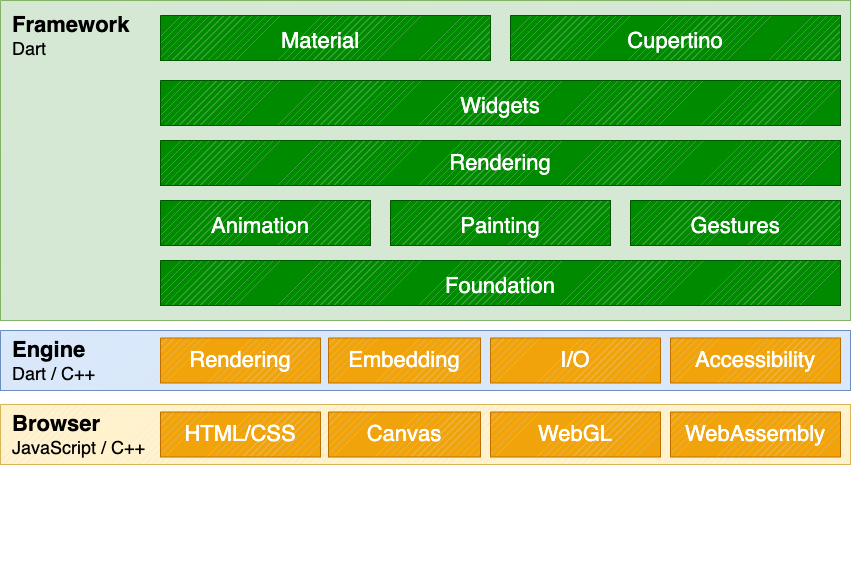
This is src/content/assets/images/docs/arch-overview/web-framework-diagram.drawio.png from flutter/website, a draw.io export, as it was before one commit. Source tidied: cells renumbered, new cells last; positions are measured from the earlier drawing's top-left corner, leaving out a move shared by most shapes.
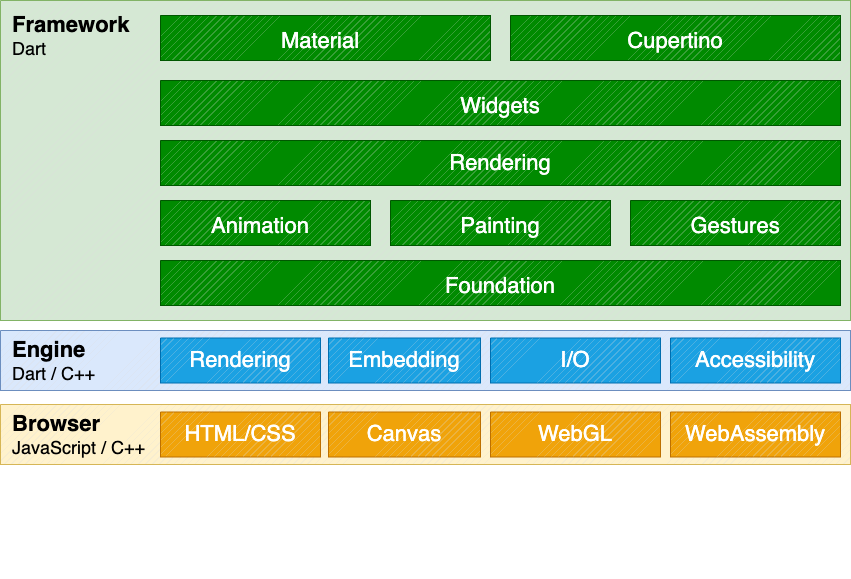
The same file after the commit.

Commit message:
Fixing the colors of the blue boxes

The edit, as a diff of the source:
```diff
@@ -98,16 +98,16 @@
     <mxCell id="32" value="&lt;font style=&quot;font-size: 22px;&quot;&gt;&lt;b&gt;Engine&lt;/b&gt;&lt;/font&gt;&lt;div&gt;&lt;font style=&quot;font-size: 18px;&quot;&gt;Dart / C++&lt;/font&gt;&lt;/div&gt;" style="text;html=1;align=left;verticalAlign=middle;whiteSpace=wrap;rounded=0;" parent="1" vertex="1">
       <mxGeometry x="10" y="345" width="150" height="30" as="geometry" />
     </mxCell>
-    <mxCell id="33" style="verticalLabelPosition=bottom;verticalAlign=top;html=1;shape=mxgraph.basic.patternFillRect;fillStyle=diag;step=5;fillStrokeWidth=0.2;fillStrokeColor=#dddddd;fillColor=#f0a30a;fontColor=#000000;strokeColor=#BD7000;" parent="1" vertex="1">
+    <mxCell id="33" style="verticalLabelPosition=bottom;verticalAlign=top;html=1;shape=mxgraph.basic.patternFillRect;fillStyle=diag;step=5;fillStrokeWidth=0.2;fillStrokeColor=#dddddd;fillColor=#1ba1e2;fontColor=#ffffff;strokeColor=#006EAF;" parent="1" vertex="1">
       <mxGeometry x="160" y="337.5" width="160" height="45" as="geometry" />
     </mxCell>
-    <mxCell id="34" style="verticalLabelPosition=bottom;verticalAlign=top;html=1;shape=mxgraph.basic.patternFillRect;fillStyle=diag;step=5;fillStrokeWidth=0.2;fillStrokeColor=#dddddd;fillColor=#f0a30a;fontColor=#000000;strokeColor=#BD7000;" parent="1" vertex="1">
+    <mxCell id="34" style="verticalLabelPosition=bottom;verticalAlign=top;html=1;shape=mxgraph.basic.patternFillRect;fillStyle=diag;step=5;fillStrokeWidth=0.2;fillStrokeColor=#dddddd;fillColor=#1ba1e2;fontColor=#ffffff;strokeColor=#006EAF;" parent="1" vertex="1">
       <mxGeometry x="328" y="337.5" width="152" height="45" as="geometry" />
     </mxCell>
-    <mxCell id="35" style="verticalLabelPosition=bottom;verticalAlign=top;html=1;shape=mxgraph.basic.patternFillRect;fillStyle=diag;step=5;fillStrokeWidth=0.2;fillStrokeColor=#dddddd;fillColor=#f0a30a;fontColor=#000000;strokeColor=#BD7000;" parent="1" vertex="1">
+    <mxCell id="35" style="verticalLabelPosition=bottom;verticalAlign=top;html=1;shape=mxgraph.basic.patternFillRect;fillStyle=diag;step=5;fillStrokeWidth=0.2;fillStrokeColor=#dddddd;fillColor=#1ba1e2;fontColor=#ffffff;strokeColor=#006EAF;" parent="1" vertex="1">
       <mxGeometry x="490" y="337.5" width="170" height="45" as="geometry" />
     </mxCell>
-    <mxCell id="36" style="verticalLabelPosition=bottom;verticalAlign=top;html=1;shape=mxgraph.basic.patternFillRect;fillStyle=diag;step=5;fillStrokeWidth=0.2;fillStrokeColor=#dddddd;fillColor=#f0a30a;fontColor=#000000;strokeColor=#BD7000;" parent="1" vertex="1">
+    <mxCell id="36" style="verticalLabelPosition=bottom;verticalAlign=top;html=1;shape=mxgraph.basic.patternFillRect;fillStyle=diag;step=5;fillStrokeWidth=0.2;fillStrokeColor=#dddddd;fillColor=#1ba1e2;fontColor=#ffffff;strokeColor=#006EAF;" parent="1" vertex="1">
       <mxGeometry x="670" y="337.5" width="170" height="45" as="geometry" />
     </mxCell>
     <mxCell id="37" value="&lt;font style=&quot;font-size: 22px; color: rgb(255, 255, 255);&quot;&gt;Rendering&lt;/font&gt;" style="text;html=1;align=center;verticalAlign=middle;whiteSpace=wrap;rounded=0;" parent="1" vertex="1">
```
